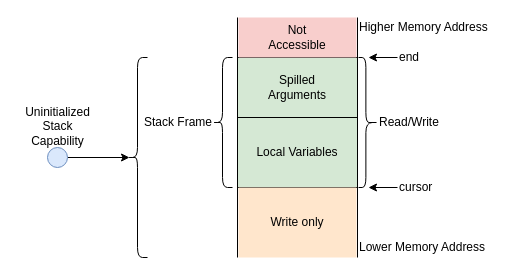
capt-hb/thesis keeps this draw.io diagram as drawio/cheri-uninit-stack.drawio. Above is the earlier version. Source tidied: cells renumbered, new cells numbered last; positions are measured from the earlier drawing's top-left corner, leaving out a move shared by most shapes. Both pictures are drawn from the tidied source at 100%, with x=0, y=0 at pixel (17, 17).
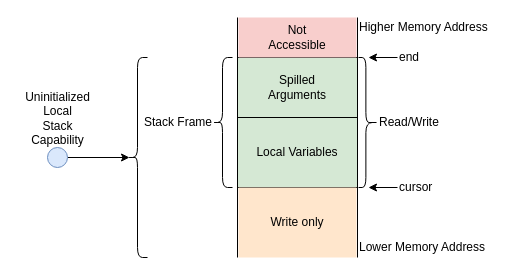
The same page after the edit.

Change to the diagram source:
```diff
@@
-    <mxCell id="13" value="Uninitialized&lt;br&gt;Stack&lt;br&gt;Capability" style="text;html=1;align=center;verticalAlign=top;spacingTop=-4;" parent="1" vertex="1">
-      <mxGeometry y="85" width="80" height="40" as="geometry" />
+    <mxCell id="13" value="Uninitialized&lt;br&gt;Local&lt;br&gt;Stack&lt;br&gt;Capability" style="text;html=1;align=center;verticalAlign=top;spacingTop=-4;" parent="1" vertex="1">
+      <mxGeometry y="70" width="80" height="60" as="geometry" />
     </mxCell>
```
